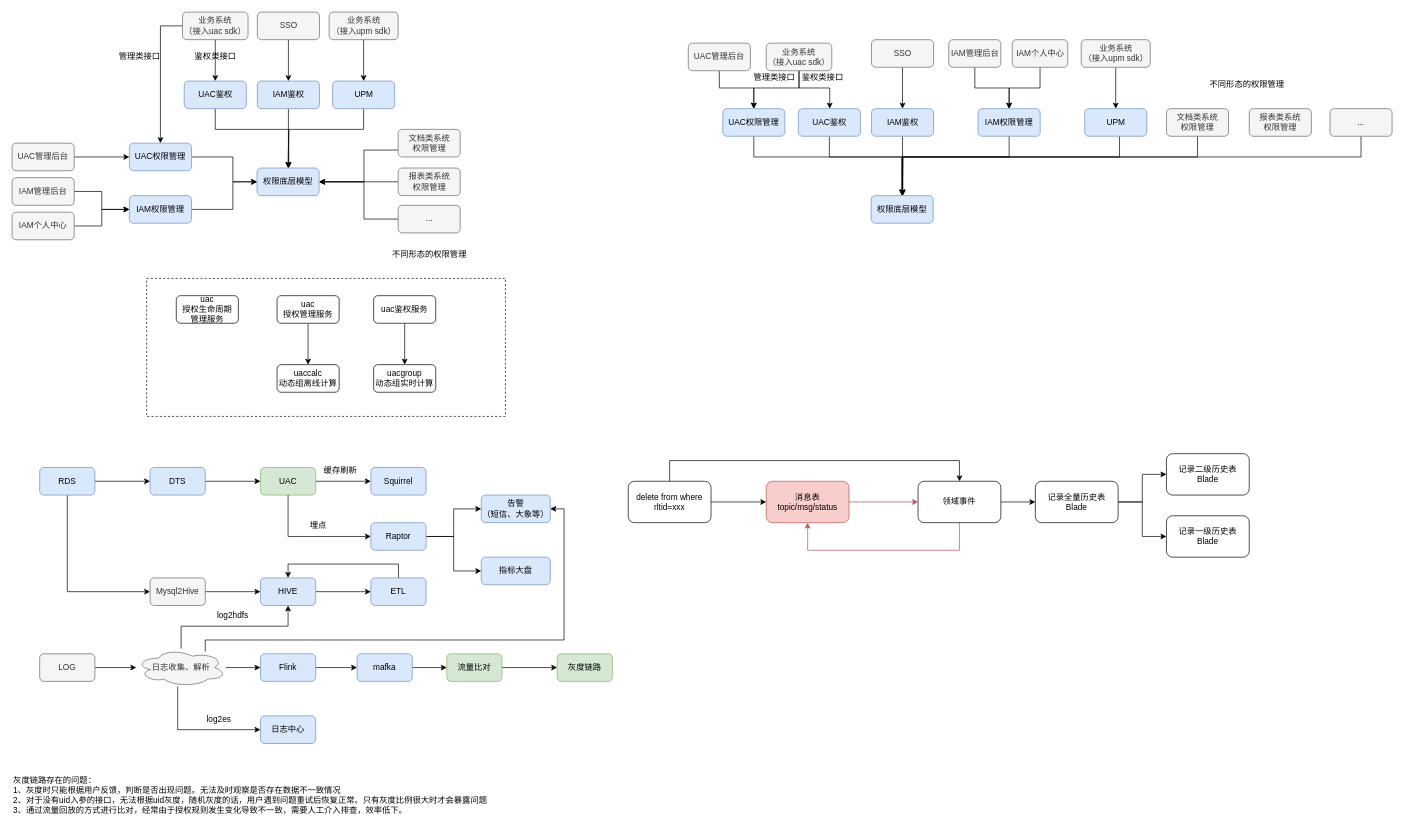
Above: 架构.drawio in yamilinqh/spicedb (draw.io), before the change. Source tidied: cells renumbered, new cells numbered last; positions are measured from the earlier drawing's top-left corner, leaving out a move shared by most shapes. Both pictures are drawn from the tidied source at 69%, with x=0, y=0 at pixel (12, 12).
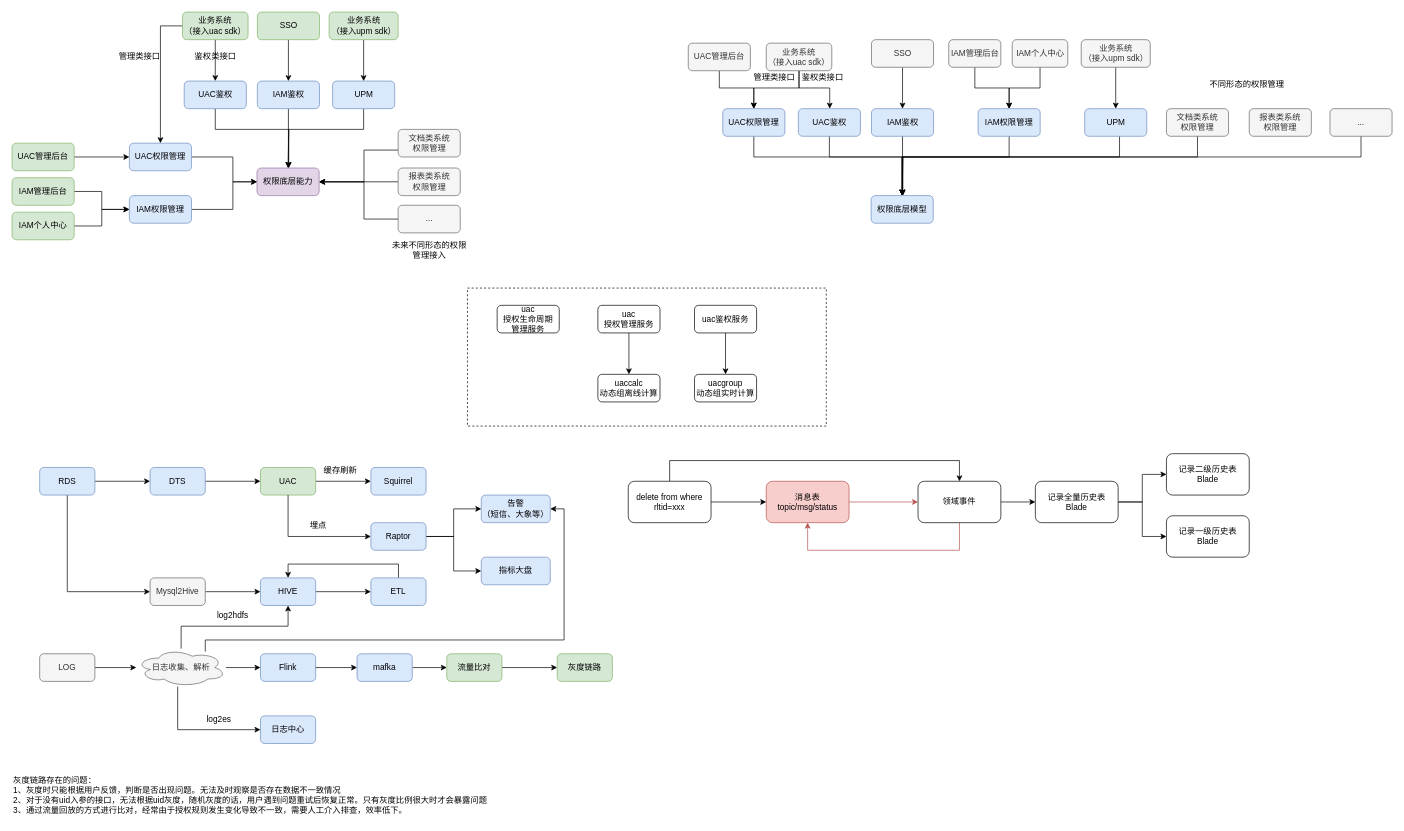
Above is the later version.

The edit, as a diff of the source:
```diff
@@
     <mxCell id="2" style="rounded=0;whiteSpace=wrap;html=1;dashed=1;" parent="1" vertex="1">
-      <mxGeometry x="195" y="386" width="520" height="200" as="geometry" />
+      <mxGeometry x="660" y="400" width="520" height="200" as="geometry" />
     </mxCell>
@@
-    <mxCell id="43" value="权限底层模型" style="rounded=1;whiteSpace=wrap;html=1;fillColor=#dae8fc;strokeColor=#6c8ebf;" parent="1" vertex="1">
+    <mxCell id="43" value="权限底层能力" style="rounded=1;whiteSpace=wrap;html=1;fillColor=#e1d5e7;strokeColor=#9673a6;" parent="1" vertex="1">
       <mxGeometry x="355" y="226" width="90" height="40" as="geometry" />
     </mxCell>
@@
-    <mxCell id="49" value="SSO" style="rounded=1;whiteSpace=wrap;html=1;fillColor=#f5f5f5;fontColor=#333333;strokeColor=#666666;" parent="1" vertex="1">
+    <mxCell id="49" value="SSO" style="rounded=1;whiteSpace=wrap;html=1;fillColor=#d5e8d4;strokeColor=#82b366;" parent="1" vertex="1">
       <mxGeometry x="355.5" width="90" height="40" as="geometry" />
     </mxCell>
@@
-    <mxCell id="53" value="IAM管理后台" style="rounded=1;whiteSpace=wrap;html=1;fillColor=#f5f5f5;strokeColor=#666666;fontColor=#333333;" parent="1" vertex="1">
+    <mxCell id="53" value="IAM管理后台" style="rounded=1;whiteSpace=wrap;html=1;fillColor=#d5e8d4;strokeColor=#82b366;" parent="1" vertex="1">
       <mxGeometry y="240" width="90" height="40" as="geometry" />
     </mxCell>
@@
-    <mxCell id="55" value="IAM个人中心" style="rounded=1;whiteSpace=wrap;html=1;fillColor=#f5f5f5;strokeColor=#666666;fontColor=#333333;" parent="1" vertex="1">
+    <mxCell id="55" value="IAM个人中心" style="rounded=1;whiteSpace=wrap;html=1;fillColor=#d5e8d4;strokeColor=#82b366;" parent="1" vertex="1">
       <mxGeometry y="290" width="90" height="40" as="geometry" />
     </mxCell>
     <mxCell id="56" value="uaccalc&lt;br&gt;动态组离线计算" style="rounded=1;whiteSpace=wrap;html=1;" parent="1" vertex="1">
-      <mxGeometry x="384" y="511" width="90" height="40" as="geometry" />
+      <mxGeometry x="849" y="525" width="90" height="40" as="geometry" />
     </mxCell>
     <mxCell id="57" value="uacgroup&lt;br&gt;动态组实时计算" style="rounded=1;whiteSpace=wrap;html=1;" parent="1" vertex="1">
-      <mxGeometry x="524" y="511" width="90" height="40" as="geometry" />
+      <mxGeometry x="989" y="525" width="90" height="40" as="geometry" />
     </mxCell>
@@
     <mxCell id="59" value="uac&lt;br&gt;授权管理服务" style="rounded=1;whiteSpace=wrap;html=1;" parent="1" vertex="1">
-      <mxGeometry x="384" y="411" width="90" height="40" as="geometry" />
+      <mxGeometry x="849" y="425" width="90" height="40" as="geometry" />
     </mxCell>
@@
     <mxCell id="61" value="uac鉴权服务" style="rounded=1;whiteSpace=wrap;html=1;" parent="1" vertex="1">
-      <mxGeometry x="524" y="411" width="90" height="40" as="geometry" />
+      <mxGeometry x="989" y="425" width="90" height="40" as="geometry" />
     </mxCell>
     <mxCell id="62" value="uac&lt;br&gt;授权生命周期&lt;br&gt;管理服务" style="rounded=1;whiteSpace=wrap;html=1;" parent="1" vertex="1">
-      <mxGeometry x="238" y="411" width="90" height="40" as="geometry" />
+      <mxGeometry x="703" y="425" width="90" height="40" as="geometry" />
     </mxCell>
@@
-    <mxCell id="64" value="业务系统&lt;br&gt;（接入upm sdk）" style="rounded=1;whiteSpace=wrap;html=1;fillColor=#f5f5f5;fontColor=#333333;strokeColor=#666666;" parent="1" vertex="1">
+    <mxCell id="64" value="业务系统&lt;br&gt;（接入upm sdk）" style="rounded=1;whiteSpace=wrap;html=1;fillColor=#d5e8d4;strokeColor=#82b366;" parent="1" vertex="1">
       <mxGeometry x="459.5" width="100" height="40" as="geometry" />
     </mxCell>
@@
-    <mxCell id="67" value="业务系统&lt;br&gt;（接入uac sdk）" style="rounded=1;whiteSpace=wrap;html=1;fillColor=#f5f5f5;fontColor=#333333;strokeColor=#666666;direction=south;" parent="1" vertex="1">
+    <mxCell id="67" value="业务系统&lt;br&gt;（接入uac sdk）" style="rounded=1;whiteSpace=wrap;html=1;fillColor=#d5e8d4;strokeColor=#82b366;direction=south;" parent="1" vertex="1">
       <mxGeometry x="247" width="95" height="40" as="geometry" />
     </mxCell>
@@
-    <mxCell id="69" value="UAC管理后台" style="rounded=1;whiteSpace=wrap;html=1;fillColor=#f5f5f5;strokeColor=#666666;fontColor=#333333;" parent="1" vertex="1">
+    <mxCell id="69" value="UAC管理后台" style="rounded=1;whiteSpace=wrap;html=1;fillColor=#d5e8d4;strokeColor=#82b366;" parent="1" vertex="1">
       <mxGeometry y="190" width="90" height="40" as="geometry" />
     </mxCell>
@@
-    <mxCell id="95" value="不同形态的权限管理" style="text;html=1;align=center;verticalAlign=middle;whiteSpace=wrap;rounded=0;" parent="1" vertex="1">
-      <mxGeometry x="544.5" y="336" width="120" height="30" as="geometry" />
+    <mxCell id="95" value="未来不同形态的权限管理接入" style="text;html=1;align=center;verticalAlign=middle;whiteSpace=wrap;rounded=0;" parent="1" vertex="1">
+      <mxGeometry x="544.5" y="330" width="120" height="30" as="geometry" />
     </mxCell>
```
